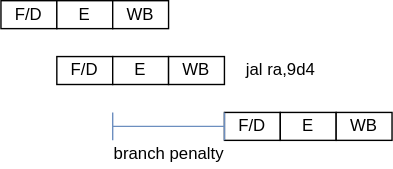
Before: images/branch.svg, a diagram exported from draw.io (kuopinghsu/srv32). Source tidied: cells renumbered, new cells last; positions are measured from the earlier drawing's top-left corner, leaving out a move shared by most shapes. Its diagram source:
```xml
<mxGraphModel>
  <root>
    <mxCell id="0" />
    <mxCell id="1" parent="0" />
    <mxCell id="2" value="F/D" style="rounded=0;whiteSpace=wrap;html=1;" parent="1" vertex="1">
      <mxGeometry width="40" height="20" as="geometry" />
    </mxCell>
    <mxCell id="3" value="E" style="rounded=0;whiteSpace=wrap;html=1;" parent="1" vertex="1">
      <mxGeometry x="40" width="40" height="20" as="geometry" />
    </mxCell>
    <mxCell id="4" value="WB" style="rounded=0;whiteSpace=wrap;html=1;" parent="1" vertex="1">
      <mxGeometry x="80" width="40" height="20" as="geometry" />
    </mxCell>
    <mxCell id="5" value="F/D" style="rounded=0;whiteSpace=wrap;html=1;" parent="1" vertex="1">
      <mxGeometry x="40" y="40" width="40" height="20" as="geometry" />
    </mxCell>
    <mxCell id="6" value="E" style="rounded=0;whiteSpace=wrap;html=1;" parent="1" vertex="1">
      <mxGeometry x="80" y="40" width="40" height="20" as="geometry" />
    </mxCell>
    <mxCell id="7" value="WB" style="rounded=0;whiteSpace=wrap;html=1;" parent="1" vertex="1">
      <mxGeometry x="120" y="40" width="40" height="20" as="geometry" />
    </mxCell>
    <mxCell id="8" value="F/D" style="rounded=0;whiteSpace=wrap;html=1;" parent="1" vertex="1">
      <mxGeometry x="160" y="80" width="40" height="20" as="geometry" />
    </mxCell>
    <mxCell id="9" value="E" style="rounded=0;whiteSpace=wrap;html=1;" parent="1" vertex="1">
      <mxGeometry x="200" y="80" width="40" height="20" as="geometry" />
    </mxCell>
    <mxCell id="10" value="WB" style="rounded=0;whiteSpace=wrap;html=1;" parent="1" vertex="1">
      <mxGeometry x="240" y="80" width="40" height="20" as="geometry" />
    </mxCell>
    <mxCell id="11" style="shape=crossbar;whiteSpace=wrap;html=1;rounded=1;strokeWidth=1;fillColor=#dae8fc;strokeColor=#6c8ebf;" parent="1" vertex="1">
      <mxGeometry x="80" y="80" width="80" height="20" as="geometry" />
    </mxCell>
    <mxCell id="12" value="branch penalty" style="text;html=1;align=center;verticalAlign=middle;fillColor=none;strokeColor=none;rounded=0;" parent="1" vertex="1">
      <mxGeometry x="75" y="100" width="90" height="20" as="geometry" />
    </mxCell>
    <mxCell id="13" value="jal ra,9d4" style="text;html=1;align=center;verticalAlign=middle;fillColor=none;strokeColor=none;rounded=0;" parent="1" vertex="1">
      <mxGeometry x="170" y="40" width="60" height="20" as="geometry" />
    </mxCell>
  </root>
</mxGraphModel>
```
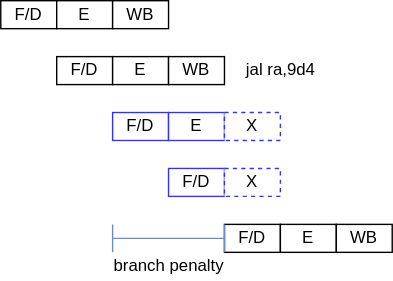
The same diagram one commit later.

The edit, as a diff of the source:
```diff
@@ -21,22 +21,37 @@
       <mxGeometry x="120" y="40" width="40" height="20" as="geometry" />
     </mxCell>
     <mxCell id="8" value="F/D" style="rounded=0;whiteSpace=wrap;html=1;" parent="1" vertex="1">
-      <mxGeometry x="160" y="80" width="40" height="20" as="geometry" />
+      <mxGeometry x="160" y="160" width="40" height="20" as="geometry" />
     </mxCell>
     <mxCell id="9" value="E" style="rounded=0;whiteSpace=wrap;html=1;" parent="1" vertex="1">
-      <mxGeometry x="200" y="80" width="40" height="20" as="geometry" />
+      <mxGeometry x="200" y="160" width="40" height="20" as="geometry" />
     </mxCell>
     <mxCell id="10" value="WB" style="rounded=0;whiteSpace=wrap;html=1;" parent="1" vertex="1">
-      <mxGeometry x="240" y="80" width="40" height="20" as="geometry" />
+      <mxGeometry x="240" y="160" width="40" height="20" as="geometry" />
     </mxCell>
     <mxCell id="11" style="shape=crossbar;whiteSpace=wrap;html=1;rounded=1;strokeWidth=1;fillColor=#dae8fc;strokeColor=#6c8ebf;" parent="1" vertex="1">
-      <mxGeometry x="80" y="80" width="80" height="20" as="geometry" />
+      <mxGeometry x="80" y="160" width="80" height="20" as="geometry" />
     </mxCell>
     <mxCell id="12" value="branch penalty" style="text;html=1;align=center;verticalAlign=middle;fillColor=none;strokeColor=none;rounded=0;" parent="1" vertex="1">
-      <mxGeometry x="75" y="100" width="90" height="20" as="geometry" />
+      <mxGeometry x="75" y="180" width="90" height="20" as="geometry" />
     </mxCell>
     <mxCell id="13" value="jal ra,9d4" style="text;html=1;align=center;verticalAlign=middle;fillColor=none;strokeColor=none;rounded=0;" parent="1" vertex="1">
       <mxGeometry x="170" y="40" width="60" height="20" as="geometry" />
     </mxCell>
+    <mxCell id="14" value="F/D" style="rounded=0;whiteSpace=wrap;html=1;strokeColor=#3333FF;" parent="1" vertex="1">
+      <mxGeometry x="80" y="80" width="40" height="20" as="geometry" />
+    </mxCell>
+    <mxCell id="15" value="E" style="rounded=0;whiteSpace=wrap;html=1;strokeColor=#3333FF;" parent="1" vertex="1">
+      <mxGeometry x="120" y="80" width="40" height="20" as="geometry" />
+    </mxCell>
+    <mxCell id="16" value="X" style="rounded=0;whiteSpace=wrap;html=1;strokeColor=#3333FF;dashed=1;" parent="1" vertex="1">
+      <mxGeometry x="160" y="80" width="40" height="20" as="geometry" />
+    </mxCell>
+    <mxCell id="17" value="F/D" style="rounded=0;whiteSpace=wrap;html=1;strokeColor=#3333FF;" parent="1" vertex="1">
+      <mxGeometry x="120" y="120" width="40" height="20" as="geometry" />
+    </mxCell>
+    <mxCell id="18" value="X" style="rounded=0;whiteSpace=wrap;html=1;strokeColor=#3333FF;dashed=1;" parent="1" vertex="1">
+      <mxGeometry x="160" y="120" width="40" height="20" as="geometry" />
+    </mxCell>
   </root>
 </mxGraphModel>
```
